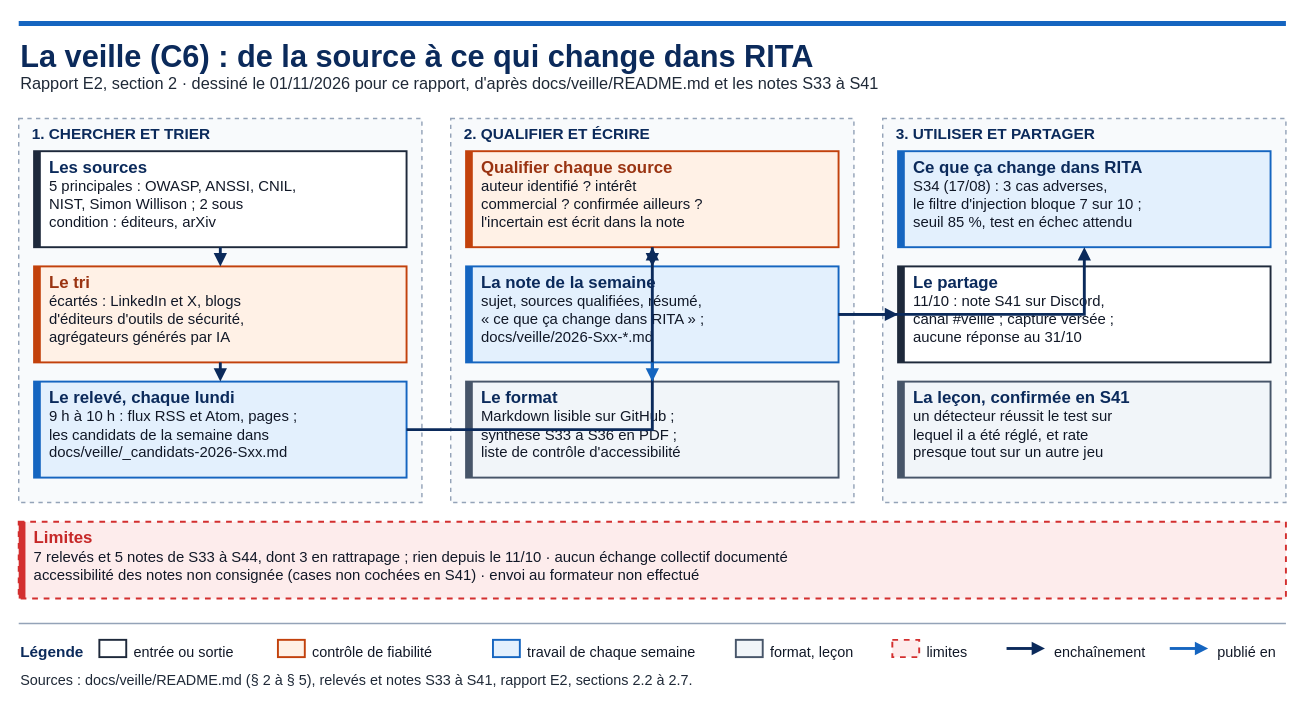
Before: docs/rapports/E2/schemas/E2-veille.drawio in Ganda15/rita-agent, a draw.io diagram. Source tidied: cells renumbered, new cells numbered last; positions are measured from the earlier drawing's top-left corner, leaving out a move shared by most shapes. Both pictures are drawn from the tidied source at 96%, with x=0, y=0 at pixel (18, 18).
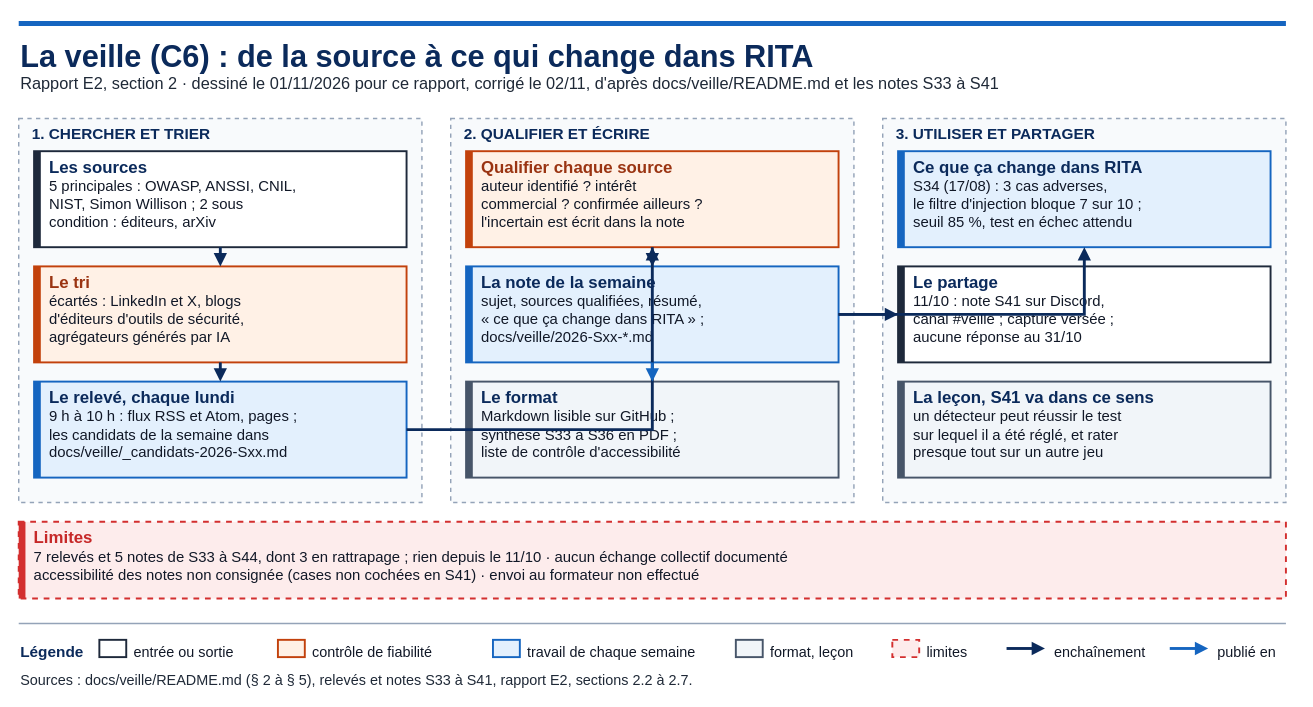
After the change.

The edit, as a diff of the source:
```diff
@@
-    <mxCell id="4" value="Rapport E2, section 2 · dessiné le 01/11/2026 pour ce rapport, d'après docs/veille/README.md et les notes S33 à S41" style="text;html=1;align=left;fontSize=17;fontColor=#1F2937;" parent="1" vertex="1">
+    <mxCell id="4" value="Rapport E2, section 2 · dessiné le 01/11/2026 pour ce rapport, corrigé le 02/11, d'après docs/veille/README.md et les notes S33 à S41" style="text;html=1;align=left;fontSize=17;fontColor=#1F2937;" parent="1" vertex="1">
       <mxGeometry y="52" width="1300" height="22" as="geometry" />
     </mxCell>
@@
-    <mxCell id="24" value="&lt;b&gt;&lt;font style=&quot;font-size:17.5px;color:#0B2A5B&quot;&gt;La leçon, confirmée en S41&lt;/font&gt;&lt;/b&gt;&lt;br&gt;&lt;font style=&quot;font-size:15.5px;color:#111827&quot;&gt;un détecteur réussit le test sur&lt;/font&gt;&lt;br&gt;&lt;font style=&quot;font-size:15.5px;color:#111827&quot;&gt;lequel il a été réglé, et rate&lt;/font&gt;&lt;br&gt;&lt;font style=&quot;font-size:15.5px;color:#111827&quot;&gt;presque tout sur un autre jeu&lt;/font&gt;" style="rounded=0;whiteSpace=wrap;html=1;fillColor=#F1F5F9;strokeColor=#475569;strokeWidth=2;align=left;spacingLeft=14;fontSize=15.5;fontColor=#111827;verticalAlign=top;" parent="1" vertex="1">
+    <mxCell id="24" value="&lt;b&gt;&lt;font style=&quot;font-size:17.5px;color:#0B2A5B&quot;&gt;La leçon, S41 va dans ce sens&lt;/font&gt;&lt;/b&gt;&lt;br&gt;&lt;font style=&quot;font-size:15.5px;color:#111827&quot;&gt;un détecteur peut réussir le test&lt;/font&gt;&lt;br&gt;&lt;font style=&quot;font-size:15.5px;color:#111827&quot;&gt;sur lequel il a été réglé, et rater&lt;/font&gt;&lt;br&gt;&lt;font style=&quot;font-size:15.5px;color:#111827&quot;&gt;presque tout sur un autre jeu&lt;/font&gt;" style="rounded=0;whiteSpace=wrap;html=1;fillColor=#F1F5F9;strokeColor=#475569;strokeWidth=2;align=left;spacingLeft=14;fontSize=15.5;fontColor=#111827;verticalAlign=top;" parent="1" vertex="1">
       <mxGeometry x="916" y="378" width="388" height="100" as="geometry" />
     </mxCell>
```
